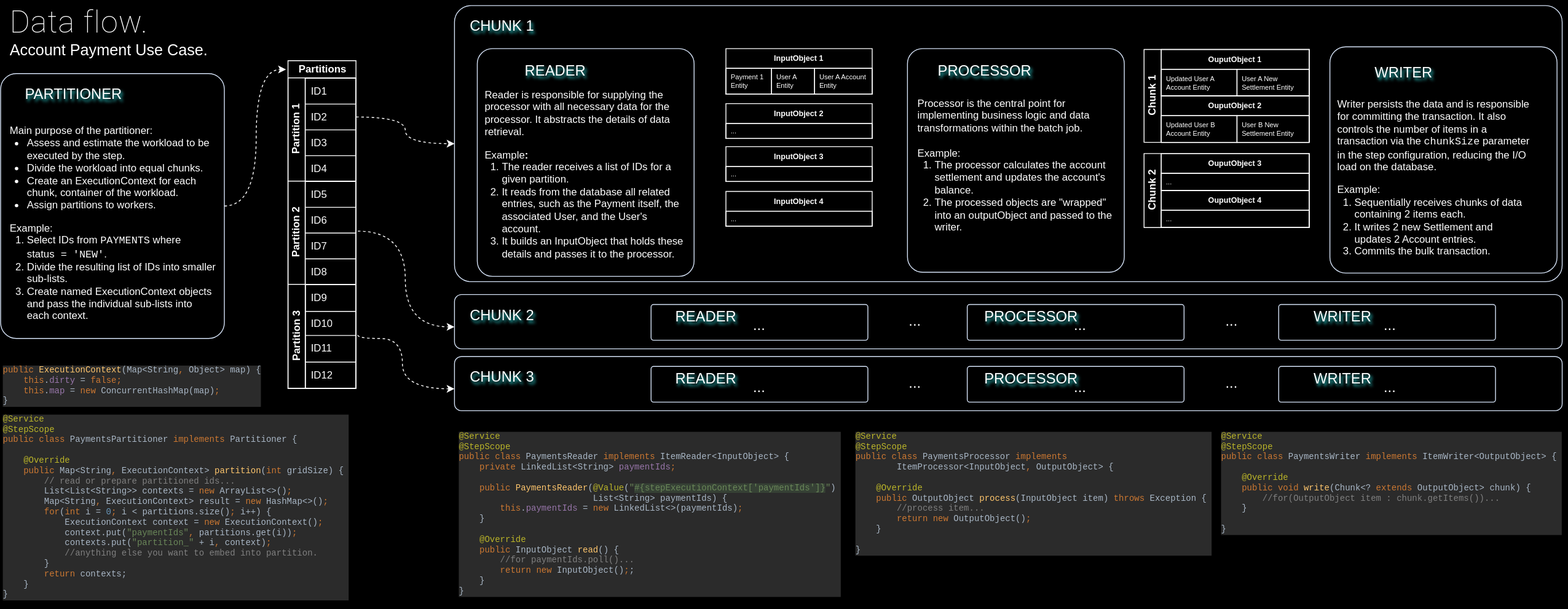
Above: public/images/spring-batch-data-flow.drawio.svg in gsaukov/spring-batch-demo (draw.io), before the change. Source tidied: cells renumbered, new cells last; positions are measured from the earlier drawing's top-left corner, leaving out a move shared by most shapes.
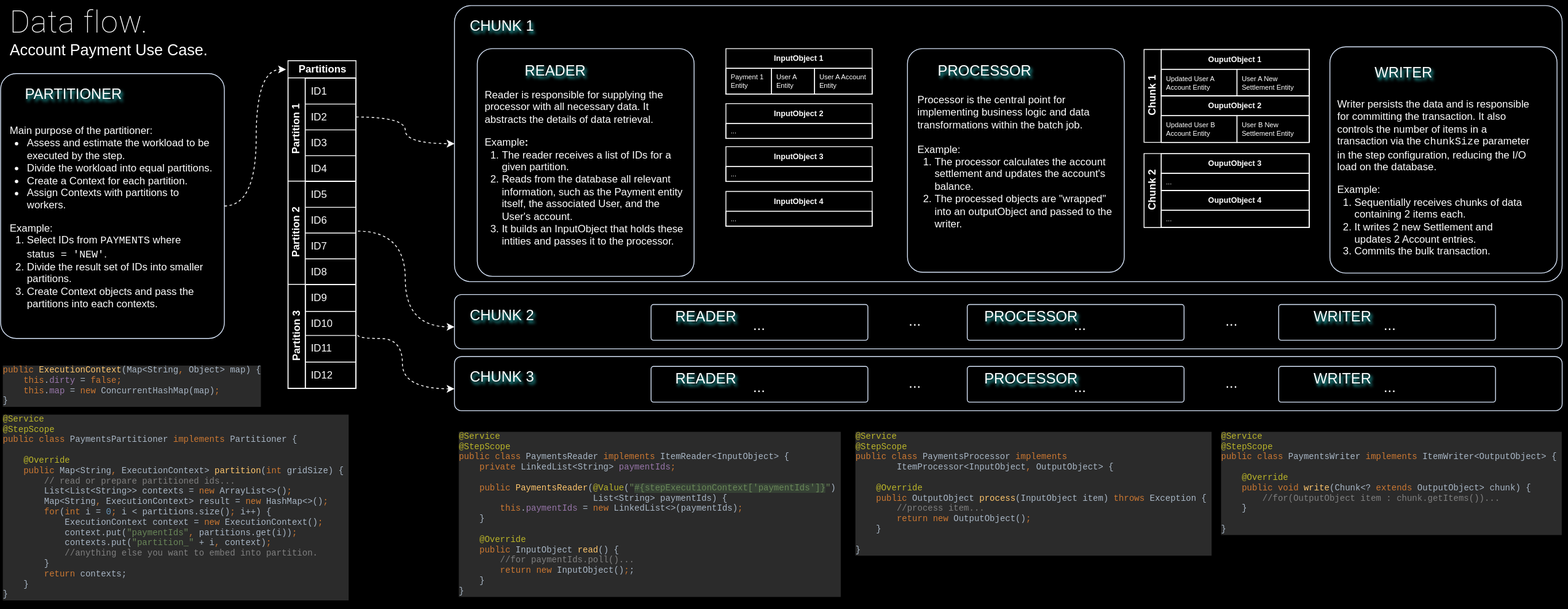
After the change.

Change to the diagram source:
```diff
@@ -20,14 +20,14 @@
     <mxCell id="7" value="PARTITIONER" style="text;html=1;strokeColor=none;fillColor=none;align=center;verticalAlign=middle;whiteSpace=wrap;rounded=0;shadow=0;sketch=0;shadowColor=#33FFFF;textShadow=1;fontColor=#FFFFFF;shadowOpacity=80;fontSize=17;" parent="1" vertex="1">
       <mxGeometry x="30" y="85" width="110" height="50" as="geometry" />
     </mxCell>
-    <mxCell id="8" value="&lt;p style=&quot;margin-bottom: 0px; margin-top: 12px;&quot;&gt;Main purpose of the partitioner:&lt;/p&gt;&lt;ul style=&quot;padding-left: 20px; margin-top: 0px;&quot;&gt;&lt;li&gt;&lt;span style=&quot;background-color: initial;&quot;&gt;Assess and estimate the workload to be executed by the step.&lt;/span&gt;&lt;/li&gt;&lt;li&gt;&lt;span style=&quot;background-color: initial;&quot;&gt;Divide the workload into equal chunks.&lt;/span&gt;&lt;/li&gt;&lt;li&gt;&lt;span style=&quot;background-color: initial;&quot;&gt;Create an ExecutionContext&lt;/span&gt;&lt;span style=&quot;background-color: initial;&quot;&gt;&amp;nbsp;for each chunk, container of the workload.&lt;/span&gt;&lt;/li&gt;&lt;li&gt;&lt;span style=&quot;background-color: initial;&quot;&gt;Assign partitions to workers.&lt;/span&gt;&lt;/li&gt;&lt;/ul&gt;&lt;p style=&quot;margin-top: 0px; margin-bottom: 0px;&quot;&gt;Example:&lt;/p&gt;&lt;ol style=&quot;padding-left: 20px; margin-top: 0px;&quot;&gt;&lt;li&gt;Select IDs from &lt;code&gt;PAYMENTS&lt;/code&gt; where status&lt;code&gt;&amp;nbsp;= 'NEW'&lt;/code&gt;.&lt;/li&gt;&lt;li&gt;Divide the resulting list of IDs into smaller sub-lists.&lt;/li&gt;&lt;li&gt;Create named ExecutionContext&amp;nbsp;objects and pass the individual sub-lists into each context.&lt;/li&gt;&lt;/ol&gt;" style="text;html=1;whiteSpace=wrap;overflow=hidden;rounded=0;fontColor=#FFFFFF;spacing=0;" parent="1" vertex="1">
+    <mxCell id="8" value="&lt;p style=&quot;margin-bottom: 0px; margin-top: 12px;&quot;&gt;Main purpose of the partitioner:&lt;/p&gt;&lt;ul style=&quot;padding-left: 20px; margin-top: 0px;&quot;&gt;&lt;li&gt;&lt;span style=&quot;background-color: initial;&quot;&gt;Assess and estimate the workload to be executed by the step.&lt;/span&gt;&lt;/li&gt;&lt;li&gt;&lt;span style=&quot;background-color: initial;&quot;&gt;Divide the workload into equal partitions.&lt;/span&gt;&lt;/li&gt;&lt;li&gt;&lt;span style=&quot;background-color: initial;&quot;&gt;Create a Context&lt;/span&gt;&lt;span style=&quot;background-color: initial;&quot;&gt;&amp;nbsp;for each partition.&lt;/span&gt;&lt;/li&gt;&lt;li&gt;&lt;span style=&quot;background-color: initial;&quot;&gt;Assign Contexts with partitions to workers.&lt;/span&gt;&lt;/li&gt;&lt;/ul&gt;&lt;p style=&quot;margin-top: 0px; margin-bottom: 0px;&quot;&gt;Example:&lt;/p&gt;&lt;ol style=&quot;padding-left: 20px; margin-top: 0px;&quot;&gt;&lt;li&gt;Select IDs from &lt;code&gt;PAYMENTS&lt;/code&gt; where status&lt;code&gt;&amp;nbsp;= 'NEW'&lt;/code&gt;.&lt;/li&gt;&lt;li&gt;Divide the result set of IDs into smaller partitions.&lt;/li&gt;&lt;li&gt;Create Context&amp;nbsp;objects and pass the partitions into each contexts.&lt;/li&gt;&lt;/ol&gt;" style="text;html=1;whiteSpace=wrap;overflow=hidden;rounded=0;fontColor=#FFFFFF;spacing=0;" parent="1" vertex="1">
       <mxGeometry x="10.5" y="128" width="239" height="262" as="geometry" />
     </mxCell>
     <mxCell id="9" value="PROCESSOR" style="text;html=1;strokeColor=none;fillColor=none;align=center;verticalAlign=middle;whiteSpace=wrap;rounded=0;shadow=0;sketch=0;shadowColor=#33FFFF;textShadow=1;fontColor=#FFFFFF;shadowOpacity=80;fontSize=17;" parent="1" vertex="1">
       <mxGeometry x="1088.5" y="58" width="110" height="50" as="geometry" />
     </mxCell>
     <mxCell id="10" value="&lt;p style=&quot;margin-top: 0px; margin-bottom: 0px;&quot;&gt;Processor is th&lt;span style=&quot;background-color: initial;&quot;&gt;e central point for implementing business logic and data transformations within the batch job.&lt;/span&gt;&lt;br&gt;&lt;/p&gt;&lt;p style=&quot;margin-top: 0px; margin-bottom: 0px;&quot;&gt;&lt;span style=&quot;background-color: initial;&quot;&gt;&lt;br&gt;&lt;/span&gt;&lt;/p&gt;&lt;p style=&quot;margin-top: 0px; margin-bottom: 0px;&quot;&gt;&lt;span style=&quot;background-color: initial;&quot;&gt;Example:&lt;/span&gt;&lt;/p&gt;&lt;ol style=&quot;padding-left: 20px; margin-top: 0px;&quot;&gt;&lt;li&gt;&lt;span style=&quot;background-color: initial;&quot;&gt;The processor calculates the account settlement and updates the account's balance.&lt;/span&gt;&lt;/li&gt;&lt;li&gt;The processed objects are &quot;wrapped&quot; into an outputObject and passed to the writer.&lt;/li&gt;&lt;/ol&gt;" style="text;html=1;whiteSpace=wrap;overflow=hidden;rounded=0;fontColor=#FFFFFF;spacing=0;" parent="1" vertex="1">
-      <mxGeometry x="1066" y="108" width="234" height="177" as="geometry" />
+      <mxGeometry x="1066" y="104" width="234" height="177" as="geometry" />
     </mxCell>
     <mxCell id="11" value="WRITER" style="text;html=1;strokeColor=none;fillColor=none;align=center;verticalAlign=middle;whiteSpace=wrap;rounded=0;shadow=0;sketch=0;shadowColor=#33FFFF;textShadow=1;fontColor=#FFFFFF;shadowOpacity=80;fontSize=17;" parent="1" vertex="1">
       <mxGeometry x="1575.5" y="60" width="110" height="50" as="geometry" />
@@ -155,7 +155,7 @@
     <mxCell id="52" value="READER" style="text;html=1;strokeColor=none;fillColor=none;align=center;verticalAlign=middle;whiteSpace=wrap;rounded=0;shadow=1;sketch=0;shadowColor=#33FFFF;textShadow=1;fontColor=#FFFFFF;shadowOpacity=80;fontSize=17;" parent="50" vertex="1">
       <mxGeometry x="35.5" y="2" width="110" height="50.9" as="geometry" />
     </mxCell>
-    <mxCell id="53" value="&lt;p&gt;Reader is responsible for supplying the processor with all necessary data for the processor. It abstracts the details of data retrieval.&lt;/p&gt;&lt;p style=&quot;margin-top: 0px; margin-bottom: 0px;&quot;&gt;Example&lt;strong&gt;:&lt;/strong&gt;&lt;/p&gt;&lt;ol style=&quot;padding-left: 20px; margin-top: 0px;&quot;&gt;&lt;li&gt;The reader receives a list of IDs for a given partition.&lt;/li&gt;&lt;li&gt;It reads from the database all related entries, such as the Payment itself, the associated User, and the User's account.&lt;/li&gt;&lt;li&gt;It builds an InputObject&amp;nbsp;that holds these details and passes it to the processor.&lt;/li&gt;&lt;/ol&gt;" style="text;html=1;whiteSpace=wrap;overflow=hidden;rounded=0;fontColor=#FFFFFF;spacing=0;" parent="50" vertex="1">
+    <mxCell id="53" value="&lt;p&gt;Reader is responsible for supplying the processor with all necessary data. It abstracts the details of data retrieval.&lt;/p&gt;&lt;p style=&quot;margin-top: 0px; margin-bottom: 0px;&quot;&gt;Example&lt;strong&gt;:&lt;/strong&gt;&lt;/p&gt;&lt;ol style=&quot;padding-left: 20px; margin-top: 0px;&quot;&gt;&lt;li&gt;The reader receives a list of IDs for a given partition.&lt;/li&gt;&lt;li&gt;Reads from the database all relevant information, such as the Payment entity itself, the associated User, and the User's account.&amp;nbsp;&lt;/li&gt;&lt;li&gt;It builds an InputObject&amp;nbsp;that holds these intities and passes it to the processor.&lt;/li&gt;&lt;/ol&gt;" style="text;html=1;whiteSpace=wrap;overflow=hidden;rounded=0;fontColor=#FFFFFF;spacing=0;" parent="50" vertex="1">
       <mxGeometry x="9" y="30" width="234" height="228" as="geometry" />
     </mxCell>
     <mxCell id="54" style="edgeStyle=orthogonalEdgeStyle;rounded=0;orthogonalLoop=1;jettySize=auto;html=1;exitX=0.5;exitY=1;exitDx=0;exitDy=0;" parent="1" edge="1">
```
